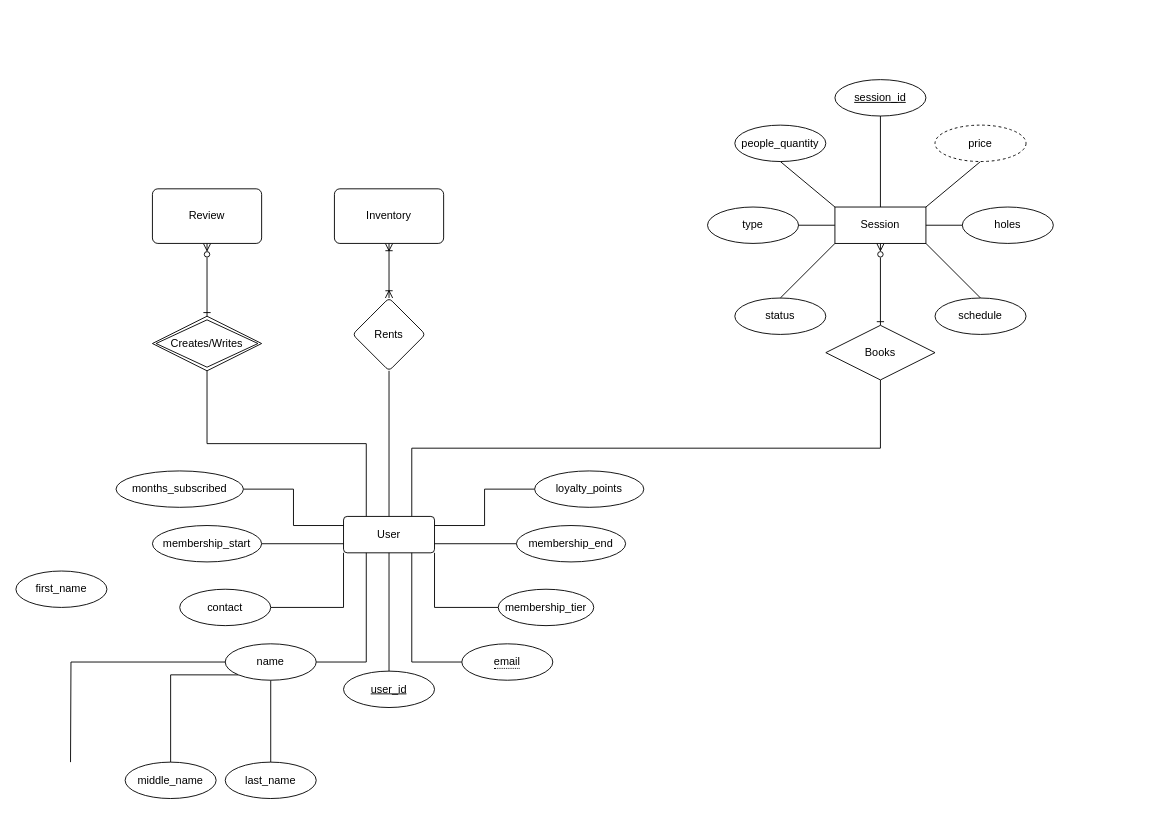
The draw.io diagram golf-chen-notation.drawio in johnllss/INFOM_DB-App_Gr3, before the edit. Source tidied: cells renumbered, new cells numbered last; positions are measured from the earlier drawing's top-left corner, leaving out a move shared by most shapes. Both pictures are drawn from the tidied source at 91%, with x=0, y=0 at pixel (15, 79).
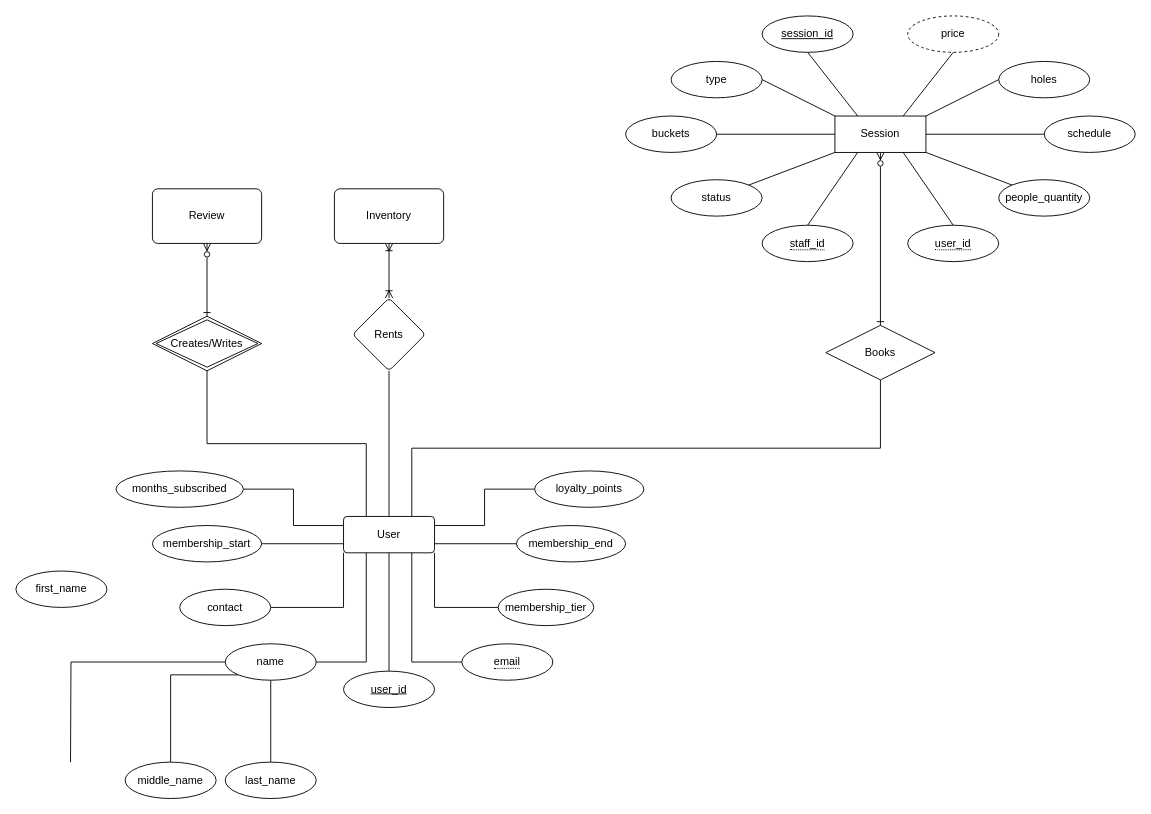
The same page after the edit.

Commit message:
updated session erd

Change to the diagram source:
```diff
@@
-    <mxCell id="37" style="endArrow=none;html=1;rounded=0;entryX=0;entryY=0;entryDx=0;entryDy=0;exitX=0.5;exitY=1;exitDx=0;exitDy=0;" parent="1" edge="1" source="51" target="42">
-      <mxGeometry relative="1" as="geometry" />
-    </mxCell>
     <mxCell id="38" value="type" style="ellipse;whiteSpace=wrap;html=1;align=center;" parent="1" vertex="1">
-      <mxGeometry x="760" y="140" width="100" height="40" as="geometry" />
+      <mxGeometry x="720" y="-20" width="100" height="40" as="geometry" />
     </mxCell>
-    <mxCell id="39" style="endArrow=none;html=1;rounded=0;exitX=1;exitY=0.5;exitDx=0;exitDy=0;entryX=0;entryY=0.5;entryDx=0;entryDy=0;" parent="1" edge="1" source="38" target="42">
-      <mxGeometry relative="1" as="geometry" />
-    </mxCell>
     <mxCell id="40" value="status" style="ellipse;whiteSpace=wrap;html=1;align=center;" parent="1" vertex="1">
-      <mxGeometry x="790" y="240" width="100" height="40" as="geometry" />
+      <mxGeometry x="720" y="110" width="100" height="40" as="geometry" />
     </mxCell>
-    <mxCell id="41" style="endArrow=none;html=1;rounded=0;entryX=0.5;entryY=0;entryDx=0;entryDy=0;exitX=0;exitY=1;exitDx=0;exitDy=0;" parent="1" edge="1" source="42" target="40">
-      <mxGeometry relative="1" as="geometry" />
-    </mxCell>
     <mxCell id="42" value="Session" style="whiteSpace=wrap;html=1;align=center;" parent="1" vertex="1">
-      <mxGeometry x="900" y="140" width="100" height="40" as="geometry" />
+      <mxGeometry x="900" y="40" width="100" height="40" as="geometry" />
     </mxCell>
-    <mxCell id="43" style="endArrow=none;html=1;rounded=0;exitX=0.5;exitY=1;exitDx=0;exitDy=0;entryX=1;entryY=0;entryDx=0;entryDy=0;" parent="1" edge="1" source="48" target="42">
-      <mxGeometry relative="1" as="geometry" />
-    </mxCell>
     <mxCell id="44" value="holes" style="ellipse;whiteSpace=wrap;html=1;align=center;" parent="1" vertex="1">
-      <mxGeometry x="1040" y="140" width="100" height="40" as="geometry" />
+      <mxGeometry x="1080" y="-20" width="100" height="40" as="geometry" />
     </mxCell>
-    <mxCell id="45" style="endArrow=none;html=1;rounded=0;entryX=0;entryY=0.5;entryDx=0;entryDy=0;exitX=1;exitY=0.5;exitDx=0;exitDy=0;" parent="1" edge="1" source="42" target="44">
-      <mxGeometry relative="1" as="geometry" />
-    </mxCell>
     <mxCell id="46" value="schedule" style="ellipse;whiteSpace=wrap;html=1;align=center;" parent="1" vertex="1">
-      <mxGeometry x="1010" y="240" width="100" height="40" as="geometry" />
+      <mxGeometry x="1130" y="40" width="100" height="40" as="geometry" />
     </mxCell>
-    <mxCell id="47" style="endArrow=none;html=1;rounded=0;exitX=1;exitY=1;exitDx=0;exitDy=0;entryX=0.5;entryY=0;entryDx=0;entryDy=0;" parent="1" edge="1" source="42" target="46">
-      <mxGeometry relative="1" as="geometry" />
-    </mxCell>
     <mxCell id="48" value="price" style="ellipse;whiteSpace=wrap;html=1;align=center;dashed=1;" parent="1" vertex="1">
-      <mxGeometry x="1010" y="50" width="100" height="40" as="geometry" />
+      <mxGeometry x="980" y="-70" width="100" height="40" as="geometry" />
     </mxCell>
@@
+    <mxCell id="51" value="people_quantity" style="ellipse;whiteSpace=wrap;html=1;align=center;" parent="1" vertex="1">
+      <mxGeometry x="1080" y="110" width="100" height="40" as="geometry" />
+    </mxCell>
+    <mxCell id="53" value="&lt;span style=&quot;border-bottom: 1px dotted&quot;&gt;user_id&lt;/span&gt;" style="ellipse;whiteSpace=wrap;html=1;align=center;" parent="1" vertex="1">
+      <mxGeometry x="980" y="160" width="100" height="40" as="geometry" />
+    </mxCell>
+    <mxCell id="54" value="&lt;span style=&quot;border-bottom: 1px dotted&quot;&gt;staff_id&lt;/span&gt;" style="ellipse;whiteSpace=wrap;html=1;align=center;" parent="1" vertex="1">
+      <mxGeometry x="820" y="160" width="100" height="40" as="geometry" />
+    </mxCell>
     <mxCell id="50" value="&lt;u&gt;session_id&lt;/u&gt;" style="ellipse;whiteSpace=wrap;html=1;align=center;" parent="1" vertex="1">
-      <mxGeometry x="900" width="100" height="40" as="geometry" />
+      <mxGeometry x="820" y="-70" width="100" height="40" as="geometry" />
     </mxCell>
-    <mxCell id="51" value="people_quantity" style="ellipse;whiteSpace=wrap;html=1;align=center;" parent="1" vertex="1">
-      <mxGeometry x="790" y="50" width="100" height="40" as="geometry" />
-    </mxCell>
-    <mxCell id="52" style="endArrow=none;html=1;rounded=0;entryX=0.5;entryY=0;entryDx=0;entryDy=0;exitX=0.5;exitY=1;exitDx=0;exitDy=0;" parent="1" edge="1" source="50" target="42">
-      <mxGeometry relative="1" as="geometry" />
-    </mxCell>
+    <mxCell id="55" value="buckets" style="ellipse;whiteSpace=wrap;html=1;align=center;" parent="1" vertex="1">
+      <mxGeometry x="670" y="40" width="100" height="40" as="geometry" />
+    </mxCell>
+    <mxCell id="56" style="endArrow=none;html=1;rounded=0;exitX=0.75;exitY=0;exitDx=0;exitDy=0;entryX=0.5;entryY=1;entryDx=0;entryDy=0;" parent="1" edge="1" source="42" target="48">
+      <mxGeometry relative="1" as="geometry" />
+    </mxCell>
+    <mxCell id="45" style="endArrow=none;html=1;rounded=0;exitX=1;exitY=0;exitDx=0;exitDy=0;entryX=0;entryY=0.5;entryDx=0;entryDy=0;" parent="1" edge="1" source="42" target="44">
+      <mxGeometry relative="1" as="geometry" />
+    </mxCell>
+    <mxCell id="47" style="endArrow=none;html=1;rounded=0;exitX=1;exitY=0.5;exitDx=0;exitDy=0;entryX=0;entryY=0.5;entryDx=0;entryDy=0;" parent="1" edge="1" source="42" target="46">
+      <mxGeometry relative="1" as="geometry" />
+    </mxCell>
+    <mxCell id="57" style="endArrow=none;html=1;rounded=0;exitX=1;exitY=1;exitDx=0;exitDy=0;entryX=0;entryY=0;entryDx=0;entryDy=0;" parent="1" edge="1" source="42" target="51">
+      <mxGeometry relative="1" as="geometry" />
+    </mxCell>
+    <mxCell id="58" style="endArrow=none;html=1;rounded=0;exitX=0.75;exitY=1;exitDx=0;exitDy=0;entryX=0.5;entryY=0;entryDx=0;entryDy=0;" parent="1" edge="1" source="42" target="53">
+      <mxGeometry relative="1" as="geometry" />
+    </mxCell>
+    <mxCell id="59" style="endArrow=none;html=1;rounded=0;exitX=0.25;exitY=1;exitDx=0;exitDy=0;entryX=0.5;entryY=0;entryDx=0;entryDy=0;" parent="1" edge="1" source="42" target="54">
+      <mxGeometry relative="1" as="geometry" />
+    </mxCell>
+    <mxCell id="41" style="endArrow=none;html=1;rounded=0;exitX=0;exitY=1;exitDx=0;exitDy=0;entryX=1;entryY=0;entryDx=0;entryDy=0;" parent="1" edge="1" source="42" target="40">
+      <mxGeometry relative="1" as="geometry" />
+    </mxCell>
+    <mxCell id="60" style="endArrow=none;html=1;rounded=0;exitX=0;exitY=0.5;exitDx=0;exitDy=0;entryX=1;entryY=0.5;entryDx=0;entryDy=0;" parent="1" edge="1" source="42" target="55">
+      <mxGeometry relative="1" as="geometry" />
+    </mxCell>
+    <mxCell id="61" style="endArrow=none;html=1;rounded=0;exitX=0;exitY=0;exitDx=0;exitDy=0;entryX=1;entryY=0.5;entryDx=0;entryDy=0;" parent="1" edge="1" source="42" target="38">
+      <mxGeometry relative="1" as="geometry" />
+    </mxCell>
+    <mxCell id="62" style="endArrow=none;html=1;rounded=0;exitX=0.25;exitY=0;exitDx=0;exitDy=0;entryX=0.5;entryY=1;entryDx=0;entryDy=0;" parent="1" edge="1" source="42" target="50">
+      <mxGeometry relative="1" as="geometry" />
+    </mxCell>
```
